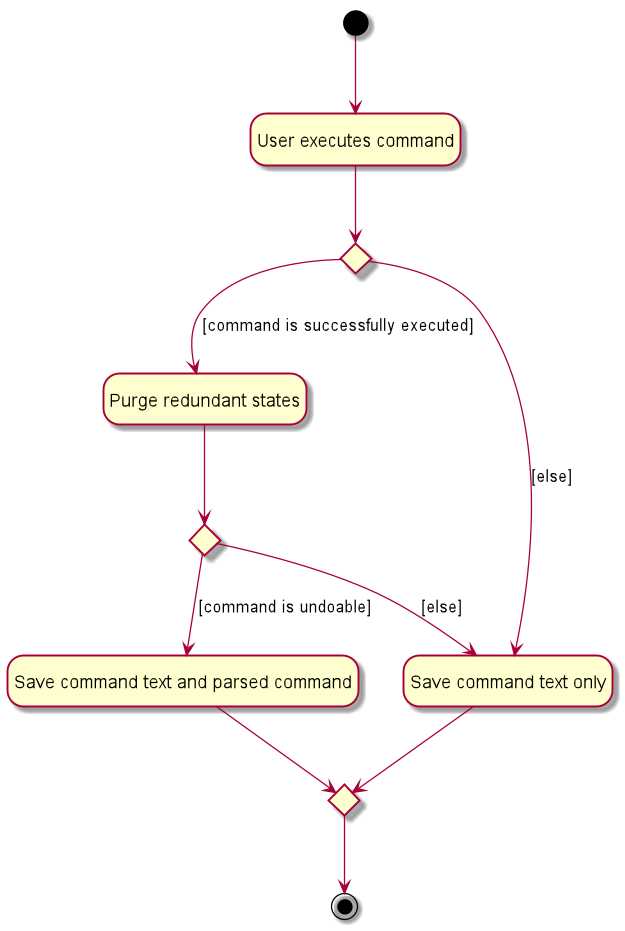
Earlier version of the PlantUML export docs/images/CommitActivityDiagram.png (nus-cs2103-AY2021S1/tp).
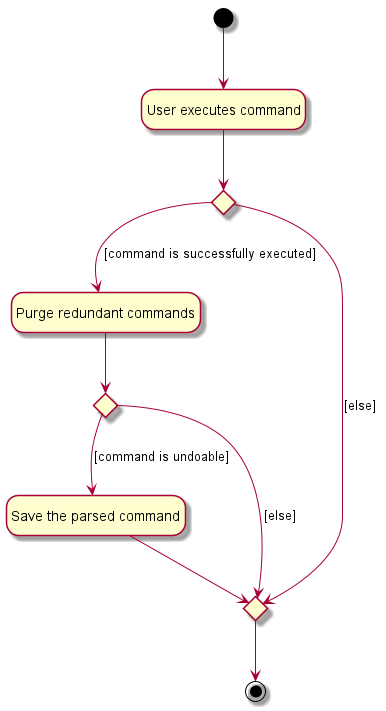
The same file after the commit.

The edit, as a diff of the source:
```diff
@@ -1,9 +1,8 @@
 @startuml
 hide empty description
 state "User executes command" as State1
-state "Purge redundant states" as State2
-state "Save command text and parsed command" as State3
-state "Save command text only" as State4
+state "Purge redundant commands" as State2
+state "Save the parsed command" as State3
 state c1 <<choice>>
 state c2 <<choice>>
 state c3 <<choice>>
@@ -11,11 +10,10 @@
 [*] --> State1
 State1 --> c3
 c3 --> State2 : [command is successfully executed]
-c3 --> State4 : [else]
+c3 --> c2 : [else]
 State2 --> c1
 c1 --> State3 : [command is undoable]
-c1 --> State4 : [else]
+c1 --> c2 : [else]
 State3 --> c2
-State4 --> c2
 c2 --> [*]
 @enduml
```
